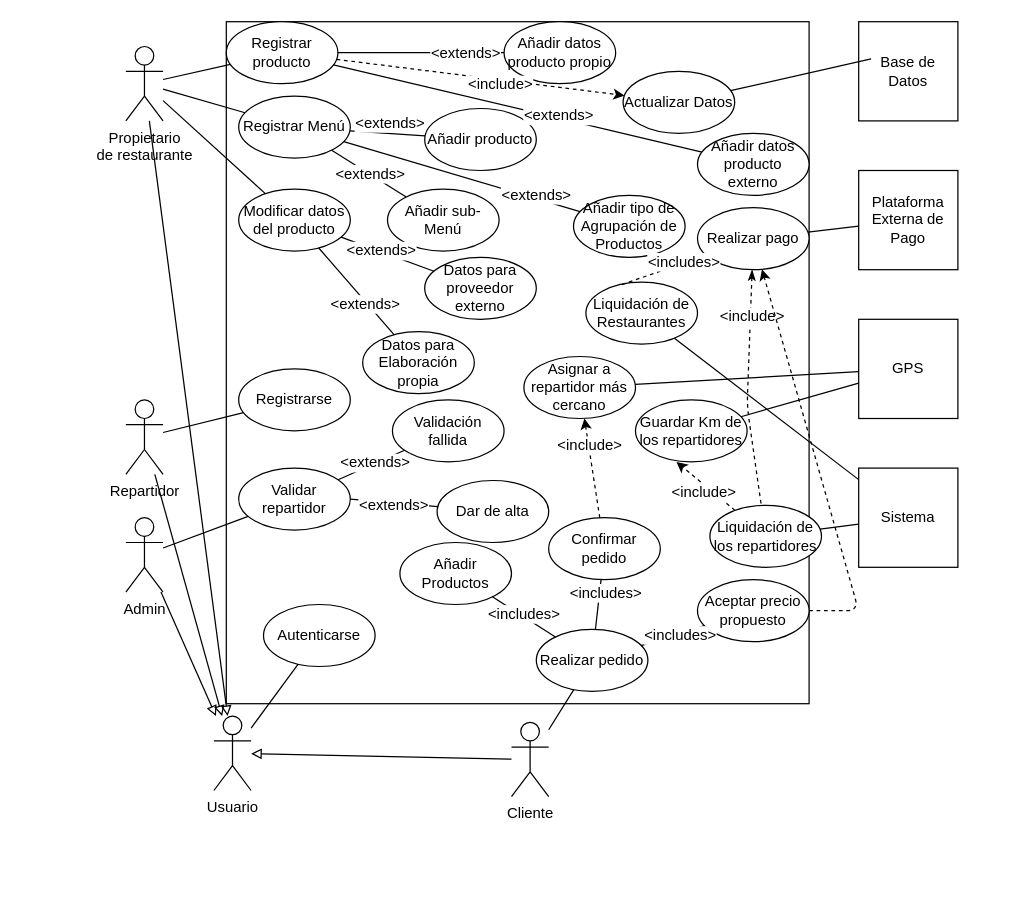
The draw.io diagram Trial.drawio in MaiaOwO/Workspace, before the edit. Source tidied: cells renumbered, new cells numbered last; positions are measured from the earlier drawing's top-left corner, leaving out a move shared by most shapes. Both pictures are drawn from the tidied source at 124%, with x=0, y=0 at pixel (125, 21).
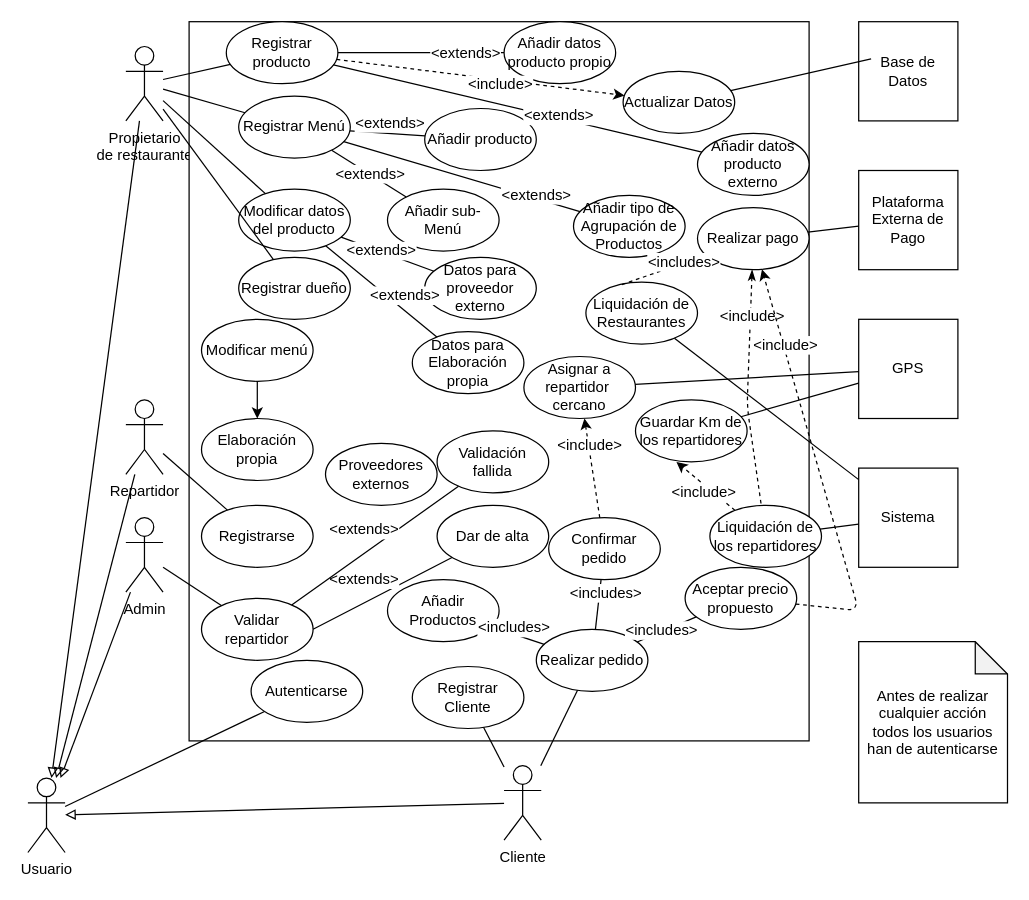
After the change.

Unchanged cells that the change refers to:
```xml
<mxCell id="2" value="Propietario &lt;br&gt;de restaurante" style="shape=umlActor;verticalLabelPosition=bottom;labelBackgroundColor=#ffffff;verticalAlign=top;html=1;outlineConnect=0;" parent="1" vertex="1">
  <mxGeometry y="20" width="30" height="60" as="geometry" />
</mxCell>
<mxCell id="32" style="endArrow=none;html=1;endFill=0;" parent="1" edge="1" source="10" target="12">
  <mxGeometry relative="1" as="geometry" />
</mxCell>
<mxCell id="54" style="endArrow=none;html=1;exitX=1;exitY=0.5;exitDx=0;exitDy=0;endFill=0;" parent="1" edge="1" source="20" target="19">
  <mxGeometry relative="1" as="geometry" />
</mxCell>
<mxCell id="56" style="endArrow=none;html=1;endFill=0;" parent="1" edge="1" source="20" target="21">
  <mxGeometry relative="1" as="geometry" />
</mxCell>
<mxCell id="62" style="endArrow=none;html=1;endFill=0;" parent="1" edge="1" source="15" target="17">
  <mxGeometry relative="1" as="geometry" />
</mxCell>
```

What changed in the source:
```diff
@@
     <mxCell id="3" value="Cliente" style="shape=umlActor;verticalLabelPosition=bottom;labelBackgroundColor=#ffffff;verticalAlign=top;html=1;outlineConnect=0;" parent="1" vertex="1">
-      <mxGeometry x="311" y="565" width="30" height="60" as="geometry" />
+      <mxGeometry x="305" y="600" width="30" height="60" as="geometry" />
     </mxCell>
@@
     <mxCell id="6" style="rounded=0;whiteSpace=wrap;html=1;" parent="1" vertex="1">
-      <mxGeometry x="81" width="470" height="550" as="geometry" />
+      <mxGeometry x="51" width="500" height="580" as="geometry" />
     </mxCell>
@@
     <mxCell id="12" value="Datos para Elaboración propia" style="ellipse;whiteSpace=wrap;html=1;" parent="1" vertex="1">
-      <mxGeometry x="191" y="250" width="90" height="50" as="geometry" />
+      <mxGeometry x="231" y="250" width="90" height="50" as="geometry" />
     </mxCell>
@@
-    <mxCell id="14" value="Asignar a repartidor más cercano" style="ellipse;whiteSpace=wrap;html=1;" parent="1" vertex="1">
+    <mxCell id="14" value="Asignar a repartidor&amp;nbsp; cercano" style="ellipse;whiteSpace=wrap;html=1;" parent="1" vertex="1">
       <mxGeometry x="321" y="270" width="90" height="50" as="geometry" />
     </mxCell>
@@
     <mxCell id="17" value="Aceptar precio propuesto" style="ellipse;whiteSpace=wrap;html=1;" parent="1" vertex="1">
-      <mxGeometry x="461" y="450" width="90" height="50" as="geometry" />
+      <mxGeometry x="451" y="440" width="90" height="50" as="geometry" />
     </mxCell>
     <mxCell id="18" value="Registrarse" style="ellipse;whiteSpace=wrap;html=1;" parent="1" vertex="1">
-      <mxGeometry x="91" y="280" width="90" height="50" as="geometry" />
+      <mxGeometry x="61" y="390" width="90" height="50" as="geometry" />
     </mxCell>
     <mxCell id="19" value="Dar de alta" style="ellipse;whiteSpace=wrap;html=1;" parent="1" vertex="1">
-      <mxGeometry x="251" y="370" width="90" height="50" as="geometry" />
+      <mxGeometry x="251" y="390" width="90" height="50" as="geometry" />
     </mxCell>
     <mxCell id="20" value="Validar repartidor" style="ellipse;whiteSpace=wrap;html=1;" parent="1" vertex="1">
-      <mxGeometry x="91" y="360" width="90" height="50" as="geometry" />
+      <mxGeometry x="61" y="465" width="90" height="50" as="geometry" />
     </mxCell>
     <mxCell id="21" value="Validación fallida" style="ellipse;whiteSpace=wrap;html=1;" parent="1" vertex="1">
-      <mxGeometry x="215" y="305" width="90" height="50" as="geometry" />
+      <mxGeometry x="251" y="330" width="90" height="50" as="geometry" />
     </mxCell>
@@
     <mxCell id="23" value="Añadir Productos" style="ellipse;whiteSpace=wrap;html=1;" parent="1" vertex="1">
-      <mxGeometry x="221" y="420" width="90" height="50" as="geometry" />
+      <mxGeometry x="211" y="450" width="90" height="50" as="geometry" />
     </mxCell>
@@
     <mxCell id="33" value="&amp;lt;extends&amp;gt;" style="text;html=1;align=center;verticalAlign=middle;labelBackgroundColor=#ffffff;" parent="32" vertex="1">
-      <mxGeometry x="0.26" y="-2" relative="1" as="geometry" />
+      <mxGeometry x="0.26" y="-2" relative="1" as="geometry">
+        <mxPoint x="8.2" y="-8.3" as="offset" />
+      </mxGeometry>
     </mxCell>
@@
     <mxCell id="55" value="&amp;lt;extends&amp;gt;" style="text;html=1;align=center;verticalAlign=middle;labelBackgroundColor=#ffffff;" parent="54" vertex="1">
       <mxGeometry x="0.36" relative="1" as="geometry">
-        <mxPoint x="-13.8" y="0.8" as="offset" />
+        <mxPoint x="-35.8" y="-0.8" as="offset" />
       </mxGeometry>
     </mxCell>
@@
     <mxCell id="57" value="&amp;lt;extends&amp;gt;" style="text;html=1;align=center;verticalAlign=middle;labelBackgroundColor=#ffffff;" parent="56" vertex="1">
       <mxGeometry x="0.48" y="2" relative="1" as="geometry">
-        <mxPoint x="-8.7" y="4.9" as="offset" />
+        <mxPoint x="-40.5" y="11.6" as="offset" />
       </mxGeometry>
     </mxCell>
@@
     <mxCell id="63" value="&amp;lt;includes&amp;gt;" style="text;html=1;align=center;verticalAlign=middle;labelBackgroundColor=#ffffff;" parent="62" vertex="1">
       <mxGeometry x="-0.71" y="-1" relative="1" as="geometry">
-        <mxPoint x="22.5" y="-6.7" as="offset" />
+        <mxPoint x="11.2" y="-7.8" as="offset" />
       </mxGeometry>
     </mxCell>
@@
     <mxCell id="69" value="Usuario" style="shape=umlActor;verticalLabelPosition=bottom;labelBackgroundColor=#ffffff;verticalAlign=top;html=1;outlineConnect=0;" parent="1" vertex="1">
-      <mxGeometry x="71" y="560" width="30" height="60" as="geometry" />
+      <mxGeometry x="-79" y="610" width="30" height="60" as="geometry" />
     </mxCell>
     <mxCell id="70" value="Autenticarse" style="ellipse;whiteSpace=wrap;html=1;" parent="1" vertex="1">
-      <mxGeometry x="111" y="470" width="90" height="50" as="geometry" />
+      <mxGeometry x="101" y="515" width="90" height="50" as="geometry" />
     </mxCell>
@@
+    <mxCell id="89" value="Registrar Cliente" style="ellipse;whiteSpace=wrap;html=1;" parent="1" vertex="1">
+      <mxGeometry x="231" y="520" width="90" height="50" as="geometry" />
+    </mxCell>
+    <mxCell id="90" style="endArrow=none;html=1;endFill=0;" parent="1" edge="1" source="3" target="89">
+      <mxGeometry relative="1" as="geometry" />
+    </mxCell>
+    <mxCell id="91" value="Registrar dueño" style="ellipse;whiteSpace=wrap;html=1;" parent="1" vertex="1">
+      <mxGeometry x="91" y="190" width="90" height="50" as="geometry" />
+    </mxCell>
+    <mxCell id="92" style="endArrow=none;html=1;endFill=0;" parent="1" edge="1" source="2" target="91">
+      <mxGeometry relative="1" as="geometry" />
+    </mxCell>
+    <mxCell id="93" value="&amp;lt;include&amp;gt;" style="text;html=1;align=center;verticalAlign=middle;labelBackgroundColor=#ffffff;" parent="1" vertex="1">
+      <mxGeometry x="531" y="260" as="geometry" />
+    </mxCell>
+    <mxCell id="94" value="Antes de realizar cualquier acción todos los usuarios han de autenticarse" style="shape=note;whiteSpace=wrap;html=1;backgroundOutline=1;darkOpacity=0.05;size=26;" parent="1" vertex="1">
+      <mxGeometry x="591" y="500" width="120" height="130" as="geometry" />
+    </mxCell>
+    <mxCell id="95" value="Proveedores externos" style="ellipse;whiteSpace=wrap;html=1;" parent="1" vertex="1">
+      <mxGeometry x="161" y="340" width="90" height="50" as="geometry" />
+    </mxCell>
+    <mxCell id="96" value="Modificar menú" style="ellipse;whiteSpace=wrap;html=1;" parent="1" vertex="1">
+      <mxGeometry x="61" y="240" width="90" height="50" as="geometry" />
+    </mxCell>
+    <mxCell id="97" value="Elaboración propia" style="ellipse;whiteSpace=wrap;html=1;" parent="1" vertex="1">
+      <mxGeometry x="61" y="320" width="90" height="50" as="geometry" />
+    </mxCell>
+    <mxCell id="98" style="endArrow=classic;html=1;" parent="1" edge="1" source="96" target="97">
+      <mxGeometry relative="1" as="geometry" />
+    </mxCell>
```
